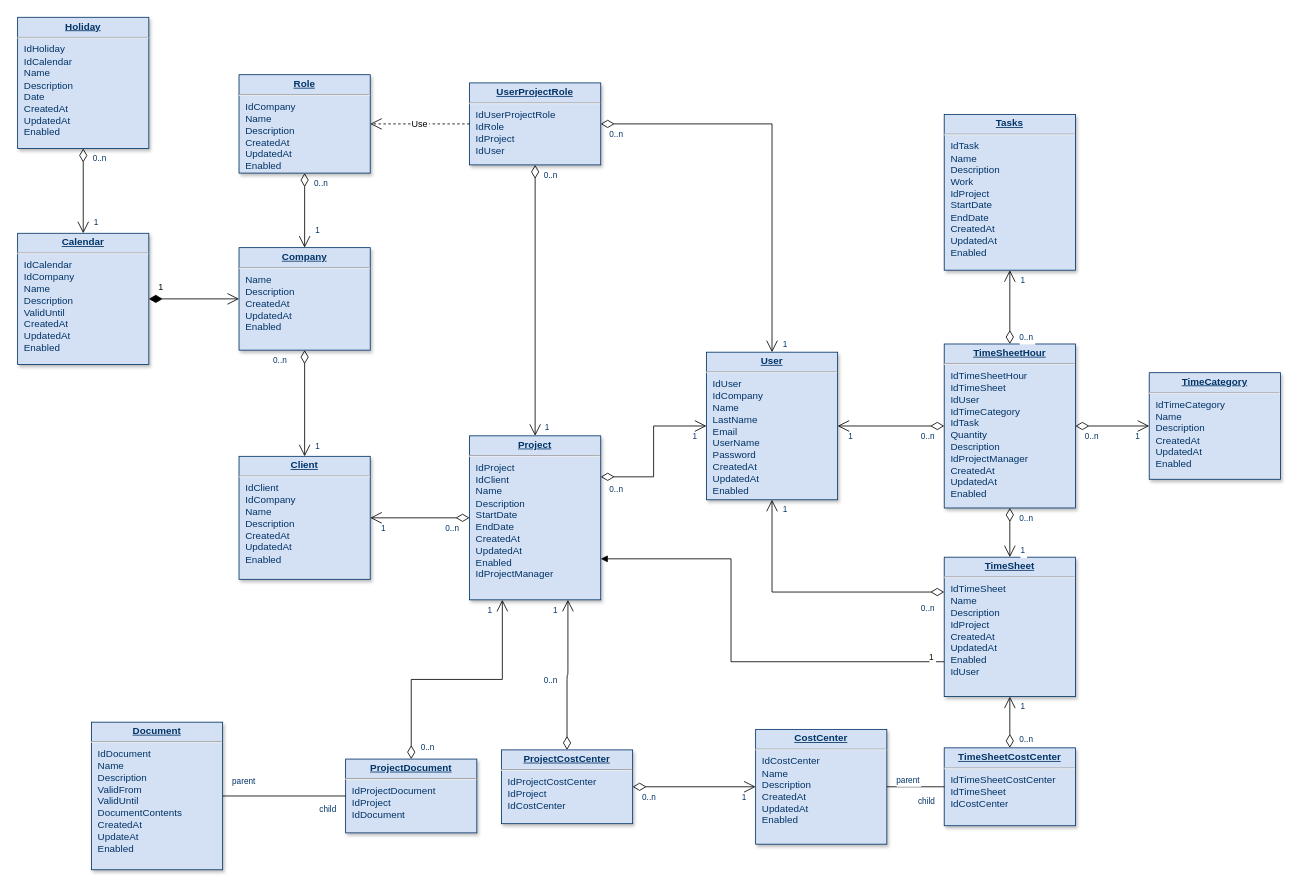
soje415/DEVOPS-JUNCTION keeps this draw.io diagram as polly.drawio. Above is the earlier version. Source tidied: cells renumbered, new cells numbered last; positions are measured from the earlier drawing's top-left corner, leaving out a move shared by most shapes. Both pictures are drawn from the tidied source at 82%, with x=0, y=0 at pixel (17, 17).
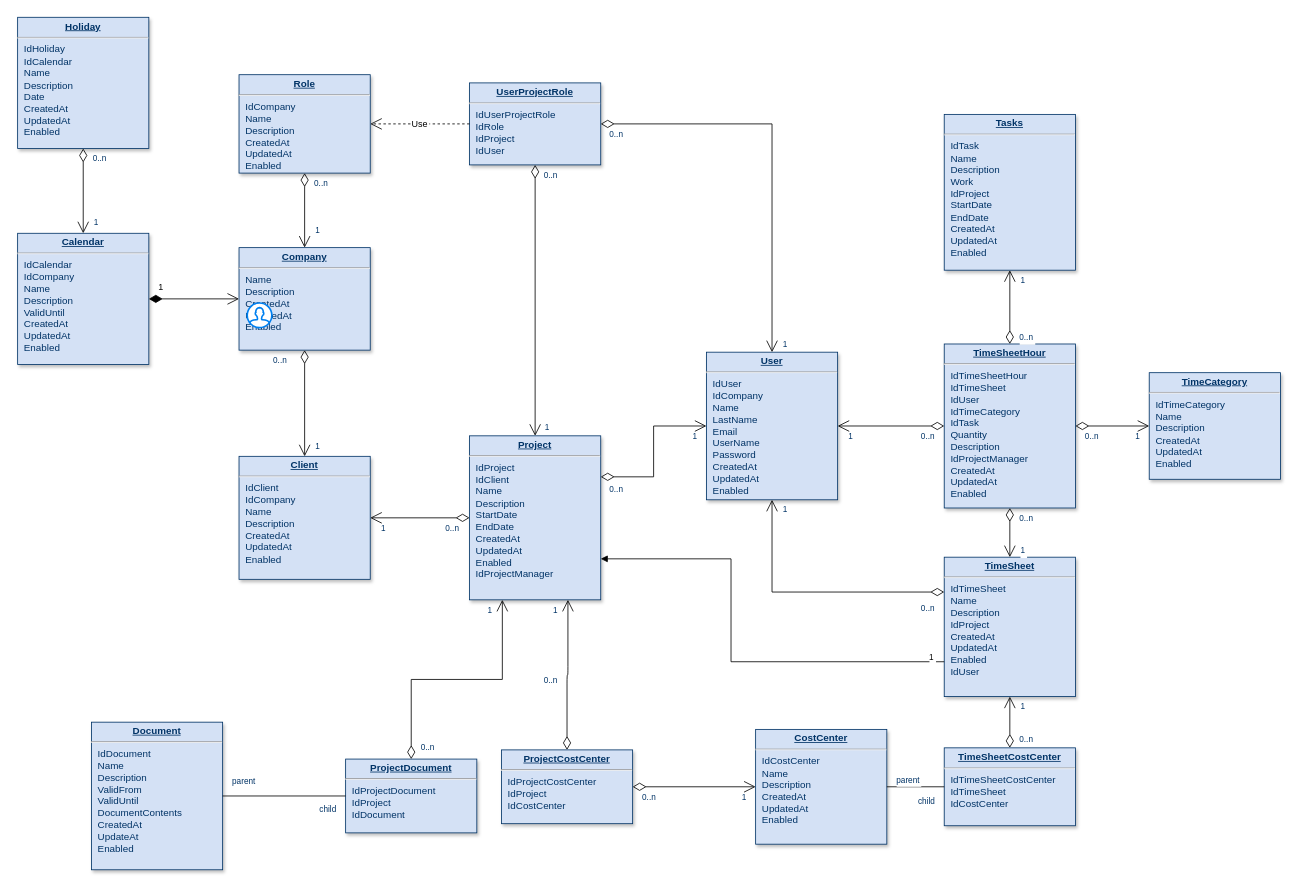
The same diagram, later.

Diff of the diagram source:
```diff
@@
+    <mxCell id="77" style="html=1;verticalLabelPosition=bottom;align=center;labelBackgroundColor=#ffffff;verticalAlign=top;strokeWidth=2;strokeColor=#0080F0;shadow=0;dashed=0;shape=mxgraph.ios7.icons.user;" parent="1" vertex="1">
+      <mxGeometry x="280" y="348" width="30" height="30" as="geometry" />
+    </mxCell>
```
